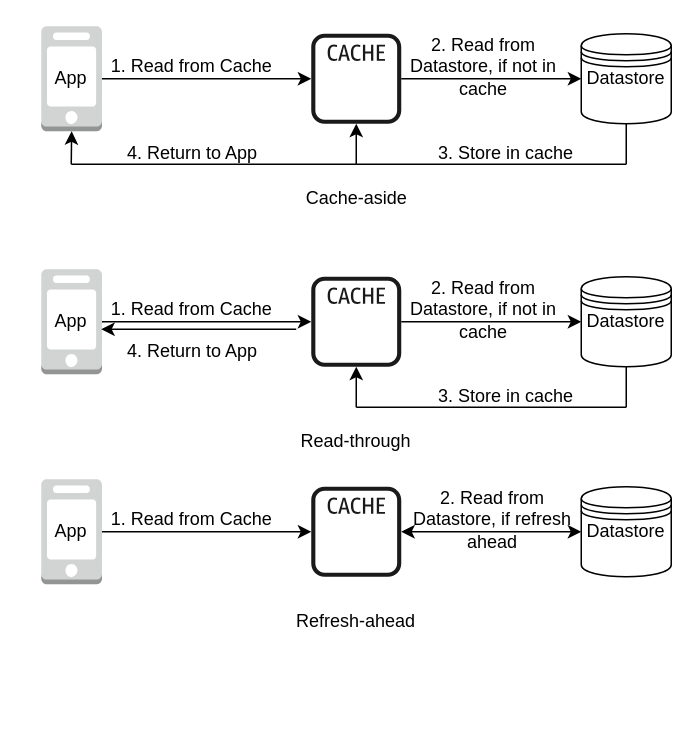
Earlier version of the draw.io diagram Caching Strategies.drawio (jayanthkmr/architecture-diagrams). Source tidied: cells renumbered, new cells numbered last; positions are measured from the earlier drawing's top-left corner, leaving out a move shared by most shapes. Both pictures are drawn from the tidied source at 150%, with x=0, y=0 at pixel (26, 26).
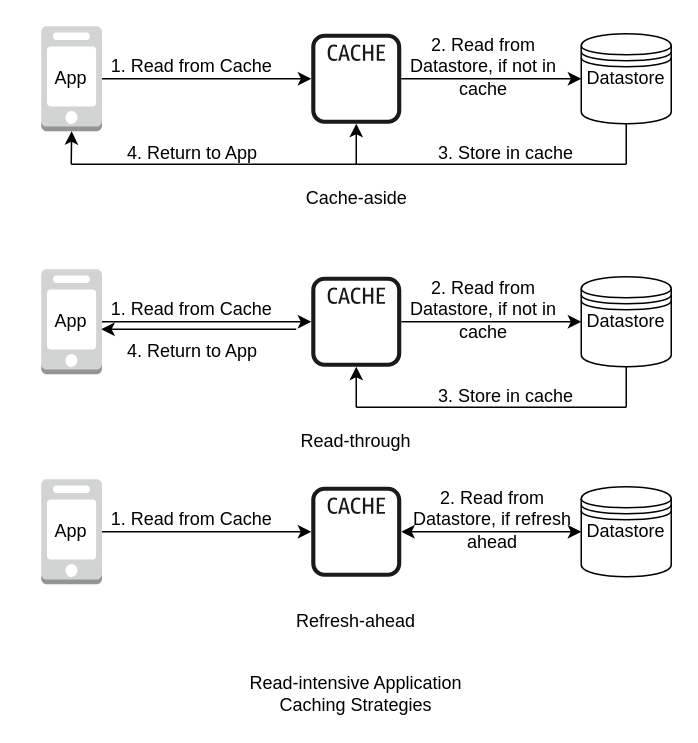
After the change.

The edit, as a diff of the source:
```diff
@@
+    <mxCell id="45" value="Read-intensive Application Caching Strategies" style="text;html=1;strokeColor=none;fillColor=none;align=center;verticalAlign=middle;whiteSpace=wrap;rounded=0;" parent="1" vertex="1">
+      <mxGeometry x="130" y="430" width="180" height="30" as="geometry" />
+    </mxCell>
```
